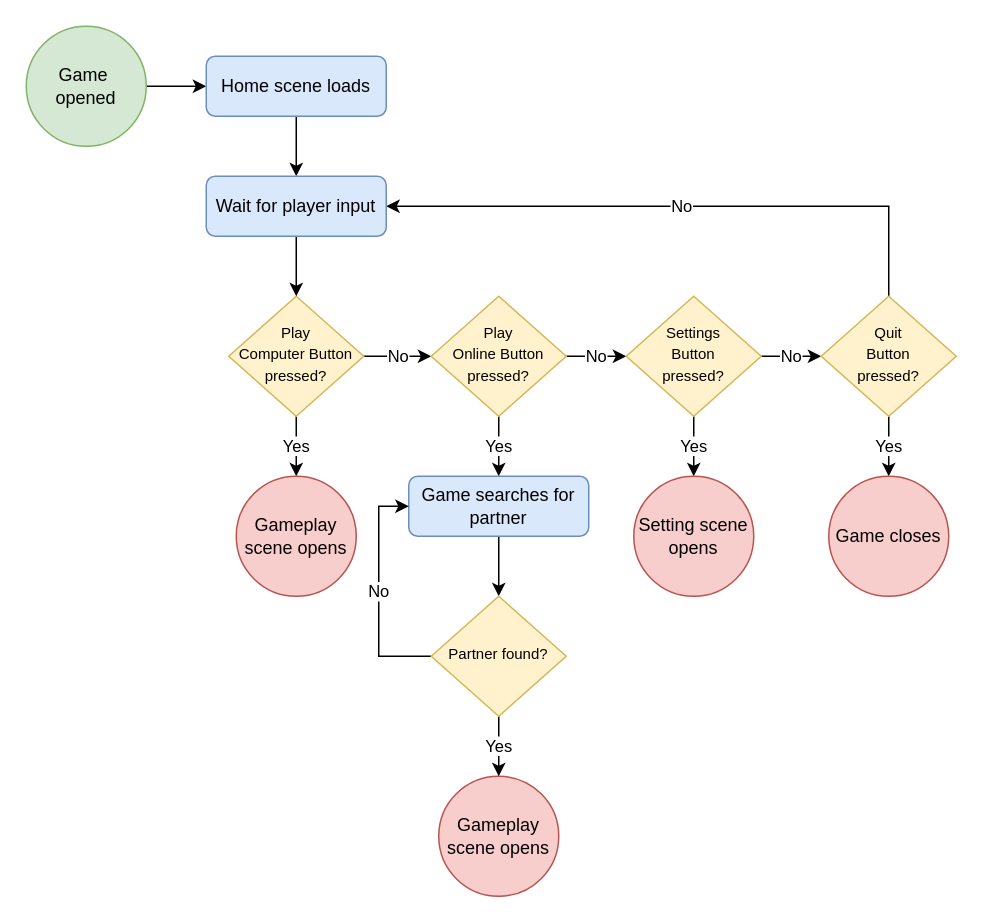
Before: Design/HomeFlow.drawio in zkturman/TiltaPong, a draw.io diagram. Source tidied: cells renumbered, new cells numbered last; positions are measured from the earlier drawing's top-left corner, leaving out a move shared by most shapes. Both pictures are drawn from the tidied source at 150%, with x=0, y=0 at pixel (26, 26).
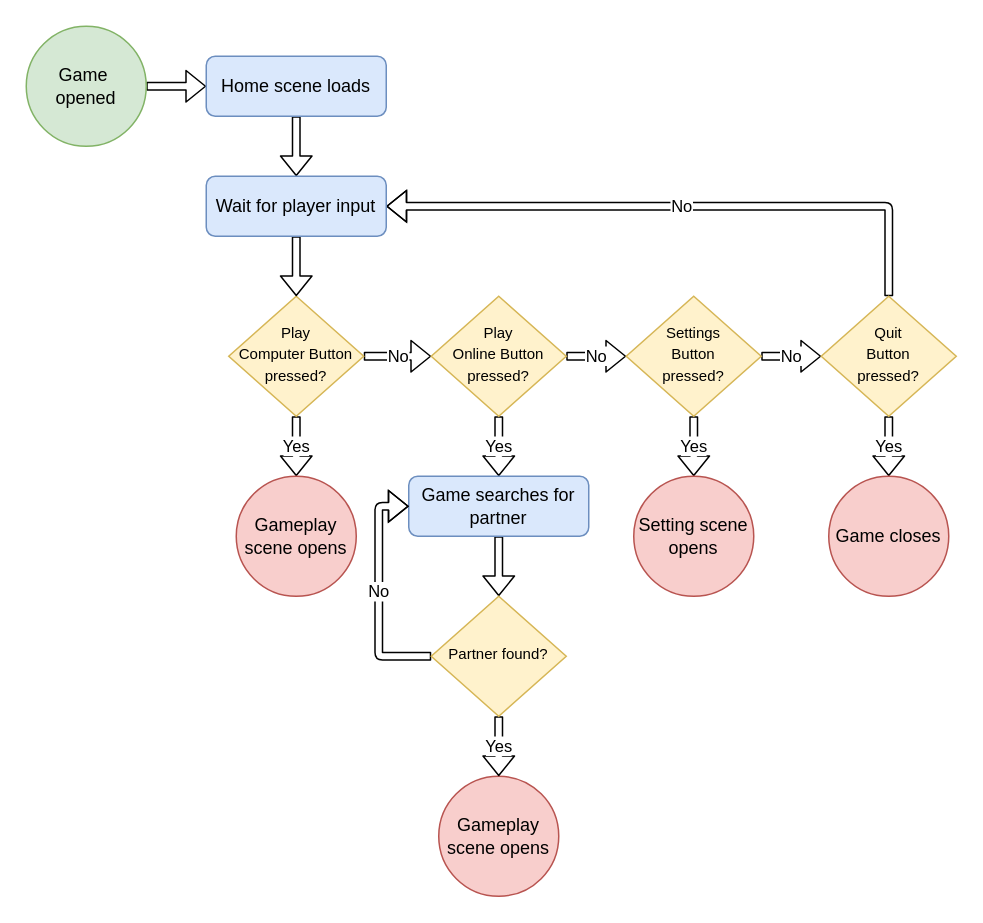
After the change.

The change refers to these unchanged cells:
```xml
<mxCell id="4" value="&lt;font style=&quot;font-size: 10px&quot;&gt;Play &lt;br&gt;Computer Button pressed?&lt;/font&gt;" style="rhombus;whiteSpace=wrap;html=1;shadow=0;fontFamily=Helvetica;fontSize=12;align=center;strokeWidth=1;spacing=6;spacingTop=-4;fillColor=#fff2cc;strokeColor=#d6b656;" parent="1" vertex="1">
  <mxGeometry x="135" y="180" width="90" height="80" as="geometry" />
</mxCell>
<mxCell id="6" value="Game&amp;nbsp;&lt;br&gt;opened" style="ellipse;whiteSpace=wrap;html=1;fillColor=#d5e8d4;strokeColor=#82b366;" parent="1" vertex="1">
  <mxGeometry width="80" height="80" as="geometry" />
</mxCell>
<mxCell id="9" value="&lt;font style=&quot;font-size: 10px&quot;&gt;Play &lt;br&gt;Online Button pressed?&lt;/font&gt;" style="rhombus;whiteSpace=wrap;html=1;shadow=0;fontFamily=Helvetica;fontSize=12;align=center;strokeWidth=1;spacing=6;spacingTop=-4;fillColor=#fff2cc;strokeColor=#d6b656;" parent="1" vertex="1">
  <mxGeometry x="270" y="180" width="90" height="80" as="geometry" />
</mxCell>
<mxCell id="12" value="&lt;font style=&quot;font-size: 10px&quot;&gt;Settings &lt;br&gt;Button &lt;br&gt;pressed?&lt;/font&gt;" style="rhombus;whiteSpace=wrap;html=1;shadow=0;fontFamily=Helvetica;fontSize=12;align=center;strokeWidth=1;spacing=6;spacingTop=-4;fillColor=#fff2cc;strokeColor=#d6b656;" parent="1" vertex="1">
  <mxGeometry x="400" y="180" width="90" height="80" as="geometry" />
</mxCell>
<mxCell id="15" value="&lt;font style=&quot;font-size: 10px&quot;&gt;Quit&lt;br&gt;Button &lt;br&gt;pressed?&lt;/font&gt;" style="rhombus;whiteSpace=wrap;html=1;shadow=0;fontFamily=Helvetica;fontSize=12;align=center;strokeWidth=1;spacing=6;spacingTop=-4;fillColor=#fff2cc;strokeColor=#d6b656;" parent="1" vertex="1">
  <mxGeometry x="530" y="180" width="90" height="80" as="geometry" />
</mxCell>
<mxCell id="17" value="Home scene loads" style="rounded=1;whiteSpace=wrap;html=1;fillColor=#dae8fc;strokeColor=#6c8ebf;" parent="1" vertex="1">
  <mxGeometry x="120" y="20" width="120" height="40" as="geometry" />
</mxCell>
<mxCell id="18" value="Game closes" style="ellipse;whiteSpace=wrap;html=1;fillColor=#f8cecc;strokeColor=#b85450;" parent="1" vertex="1">
  <mxGeometry x="535" y="300" width="80" height="80" as="geometry" />
</mxCell>
<mxCell id="19" value="Setting scene opens" style="ellipse;whiteSpace=wrap;html=1;fillColor=#f8cecc;strokeColor=#b85450;" parent="1" vertex="1">
  <mxGeometry x="405" y="300" width="80" height="80" as="geometry" />
</mxCell>
<mxCell id="20" value="Gameplay scene opens" style="ellipse;whiteSpace=wrap;html=1;fillColor=#f8cecc;strokeColor=#b85450;" parent="1" vertex="1">
  <mxGeometry x="275" y="500" width="80" height="80" as="geometry" />
</mxCell>
<mxCell id="22" value="Game searches for partner" style="rounded=1;whiteSpace=wrap;html=1;fillColor=#dae8fc;strokeColor=#6c8ebf;" parent="1" vertex="1">
  <mxGeometry x="255" y="300" width="120" height="40" as="geometry" />
</mxCell>
<mxCell id="25" value="&lt;span style=&quot;font-size: 10px&quot;&gt;Partner found?&lt;/span&gt;" style="rhombus;whiteSpace=wrap;html=1;shadow=0;fontFamily=Helvetica;fontSize=12;align=center;strokeWidth=1;spacing=6;spacingTop=-4;fillColor=#fff2cc;strokeColor=#d6b656;" parent="1" vertex="1">
  <mxGeometry x="270" y="380" width="90" height="80" as="geometry" />
</mxCell>
<mxCell id="26" value="Gameplay scene opens" style="ellipse;whiteSpace=wrap;html=1;fillColor=#f8cecc;strokeColor=#b85450;" parent="1" vertex="1">
  <mxGeometry x="140" y="300" width="80" height="80" as="geometry" />
</mxCell>
<mxCell id="28" value="Wait for player input" style="rounded=1;whiteSpace=wrap;html=1;fillColor=#dae8fc;strokeColor=#6c8ebf;" parent="1" vertex="1">
  <mxGeometry x="120" y="100" width="120" height="40" as="geometry" />
</mxCell>
```

The edit, as a diff of the source:
```diff
@@
-    <mxCell id="2" value="No" style="edgeStyle=orthogonalEdgeStyle;rounded=0;jettySize=auto;html=1;exitX=1;exitY=0.5;exitDx=0;exitDy=0;entryX=0;entryY=0.5;entryDx=0;entryDy=0;" parent="1" edge="1" source="4" target="9">
+    <mxCell id="2" value="No" style="edgeStyle=orthogonalEdgeStyle;rounded=1;jettySize=auto;html=1;exitX=1;exitY=0.5;exitDx=0;exitDy=0;entryX=0;entryY=0.5;entryDx=0;entryDy=0;shape=flexArrow;fillColor=default;endSize=4;width=5;endWidth=15;" parent="1" edge="1" source="4" target="9">
       <mxGeometry relative="1" as="geometry" />
     </mxCell>
-    <mxCell id="3" value="Yes" style="edgeStyle=orthogonalEdgeStyle;rounded=0;jettySize=auto;html=1;exitX=0.5;exitY=1;exitDx=0;exitDy=0;entryX=0.5;entryY=0;entryDx=0;entryDy=0;" parent="1" edge="1" source="4" target="26">
+    <mxCell id="3" value="Yes" style="edgeStyle=orthogonalEdgeStyle;rounded=1;jettySize=auto;html=1;exitX=0.5;exitY=1;exitDx=0;exitDy=0;entryX=0.5;entryY=0;entryDx=0;entryDy=0;shape=flexArrow;fillColor=default;endSize=4;width=5;endWidth=15;" parent="1" edge="1" source="4" target="26">
       <mxGeometry relative="1" as="geometry" />
     </mxCell>
@@
-    <mxCell id="5" style="edgeStyle=orthogonalEdgeStyle;rounded=0;jettySize=auto;html=1;exitX=1;exitY=0.5;exitDx=0;exitDy=0;" parent="1" edge="1" source="6" target="17">
+    <mxCell id="5" style="edgeStyle=orthogonalEdgeStyle;rounded=1;jettySize=auto;html=1;exitX=1;exitY=0.5;exitDx=0;exitDy=0;shape=flexArrow;fillColor=default;endSize=4;width=5;endWidth=15;" parent="1" edge="1" source="6" target="17">
       <mxGeometry relative="1" as="geometry" />
     </mxCell>
@@
-    <mxCell id="7" value="No" style="edgeStyle=orthogonalEdgeStyle;rounded=0;jettySize=auto;html=1;exitX=1;exitY=0.5;exitDx=0;exitDy=0;entryX=0;entryY=0.5;entryDx=0;entryDy=0;" parent="1" edge="1" source="9" target="12">
+    <mxCell id="7" value="No" style="edgeStyle=orthogonalEdgeStyle;rounded=1;jettySize=auto;html=1;exitX=1;exitY=0.5;exitDx=0;exitDy=0;entryX=0;entryY=0.5;entryDx=0;entryDy=0;shape=flexArrow;fillColor=default;endSize=4;width=5;endWidth=15;" parent="1" edge="1" source="9" target="12">
       <mxGeometry relative="1" as="geometry" />
     </mxCell>
-    <mxCell id="8" value="Yes" style="edgeStyle=orthogonalEdgeStyle;rounded=0;jettySize=auto;html=1;exitX=0.5;exitY=1;exitDx=0;exitDy=0;" parent="1" edge="1" source="9" target="22">
+    <mxCell id="8" value="Yes" style="edgeStyle=orthogonalEdgeStyle;rounded=1;jettySize=auto;html=1;exitX=0.5;exitY=1;exitDx=0;exitDy=0;shape=flexArrow;fillColor=default;endSize=4;width=5;endWidth=15;" parent="1" edge="1" source="9" target="22">
       <mxGeometry relative="1" as="geometry" />
     </mxCell>
@@
-    <mxCell id="10" value="No" style="edgeStyle=orthogonalEdgeStyle;rounded=0;jettySize=auto;html=1;exitX=1;exitY=0.5;exitDx=0;exitDy=0;entryX=0;entryY=0.5;entryDx=0;entryDy=0;" parent="1" edge="1" source="12" target="15">
+    <mxCell id="10" value="No" style="edgeStyle=orthogonalEdgeStyle;rounded=1;jettySize=auto;html=1;exitX=1;exitY=0.5;exitDx=0;exitDy=0;entryX=0;entryY=0.5;entryDx=0;entryDy=0;shape=flexArrow;fillColor=default;endSize=4;width=5;endWidth=15;" parent="1" edge="1" source="12" target="15">
       <mxGeometry relative="1" as="geometry" />
     </mxCell>
-    <mxCell id="11" value="Yes" style="edgeStyle=orthogonalEdgeStyle;rounded=0;jettySize=auto;html=1;exitX=0.5;exitY=1;exitDx=0;exitDy=0;" parent="1" edge="1" source="12" target="19">
+    <mxCell id="11" value="Yes" style="edgeStyle=orthogonalEdgeStyle;rounded=1;jettySize=auto;html=1;exitX=0.5;exitY=1;exitDx=0;exitDy=0;shape=flexArrow;fillColor=default;endSize=4;width=5;endWidth=15;" parent="1" edge="1" source="12" target="19">
       <mxGeometry relative="1" as="geometry" />
     </mxCell>
@@
-    <mxCell id="13" value="No" style="edgeStyle=orthogonalEdgeStyle;rounded=0;jettySize=auto;html=1;exitX=0.5;exitY=0;exitDx=0;exitDy=0;entryX=1;entryY=0.5;entryDx=0;entryDy=0;" parent="1" edge="1" source="15" target="28">
+    <mxCell id="13" value="No" style="edgeStyle=orthogonalEdgeStyle;rounded=1;jettySize=auto;html=1;exitX=0.5;exitY=0;exitDx=0;exitDy=0;entryX=1;entryY=0.5;entryDx=0;entryDy=0;shape=flexArrow;fillColor=default;endSize=4;width=5;endWidth=15;" parent="1" edge="1" source="15" target="28">
       <mxGeometry relative="1" as="geometry" />
     </mxCell>
-    <mxCell id="14" value="Yes" style="edgeStyle=orthogonalEdgeStyle;rounded=0;jettySize=auto;html=1;exitX=0.5;exitY=1;exitDx=0;exitDy=0;" parent="1" edge="1" source="15" target="18">
+    <mxCell id="14" value="Yes" style="edgeStyle=orthogonalEdgeStyle;rounded=1;jettySize=auto;html=1;exitX=0.5;exitY=1;exitDx=0;exitDy=0;shape=flexArrow;fillColor=default;endSize=4;width=5;endWidth=15;" parent="1" edge="1" source="15" target="18">
       <mxGeometry relative="1" as="geometry" />
     </mxCell>
@@
-    <mxCell id="16" style="edgeStyle=orthogonalEdgeStyle;rounded=0;jettySize=auto;html=1;exitX=0.5;exitY=1;exitDx=0;exitDy=0;" parent="1" edge="1" source="17" target="28">
+    <mxCell id="16" style="edgeStyle=orthogonalEdgeStyle;rounded=1;jettySize=auto;html=1;exitX=0.5;exitY=1;exitDx=0;exitDy=0;shape=flexArrow;fillColor=default;endSize=4;width=5;endWidth=15;" parent="1" edge="1" source="17" target="28">
       <mxGeometry relative="1" as="geometry" />
     </mxCell>
@@
-    <mxCell id="21" style="edgeStyle=orthogonalEdgeStyle;rounded=0;jettySize=auto;html=1;exitX=0.5;exitY=1;exitDx=0;exitDy=0;entryX=0.5;entryY=0;entryDx=0;entryDy=0;" parent="1" edge="1" source="22" target="25">
+    <mxCell id="21" style="edgeStyle=orthogonalEdgeStyle;rounded=1;jettySize=auto;html=1;exitX=0.5;exitY=1;exitDx=0;exitDy=0;entryX=0.5;entryY=0;entryDx=0;entryDy=0;shape=flexArrow;fillColor=default;endSize=4;width=5;endWidth=15;" parent="1" edge="1" source="22" target="25">
       <mxGeometry relative="1" as="geometry" />
     </mxCell>
@@
-    <mxCell id="23" value="No" style="edgeStyle=orthogonalEdgeStyle;rounded=0;jettySize=auto;html=1;exitX=0;exitY=0.5;exitDx=0;exitDy=0;entryX=0;entryY=0.5;entryDx=0;entryDy=0;" parent="1" edge="1" source="25" target="22">
+    <mxCell id="23" value="No" style="edgeStyle=orthogonalEdgeStyle;rounded=1;jettySize=auto;html=1;exitX=0;exitY=0.5;exitDx=0;exitDy=0;entryX=0;entryY=0.5;entryDx=0;entryDy=0;shape=flexArrow;fillColor=default;endSize=4;width=5;endWidth=15;" parent="1" edge="1" source="25" target="22">
       <mxGeometry relative="1" as="geometry" />
     </mxCell>
-    <mxCell id="24" value="Yes" style="edgeStyle=orthogonalEdgeStyle;rounded=0;jettySize=auto;html=1;exitX=0.5;exitY=1;exitDx=0;exitDy=0;" parent="1" edge="1" source="25" target="20">
+    <mxCell id="24" value="Yes" style="edgeStyle=orthogonalEdgeStyle;rounded=1;jettySize=auto;html=1;exitX=0.5;exitY=1;exitDx=0;exitDy=0;shape=flexArrow;fillColor=default;endSize=4;width=5;endWidth=15;" parent="1" edge="1" source="25" target="20">
       <mxGeometry relative="1" as="geometry" />
     </mxCell>
@@
-    <mxCell id="27" style="edgeStyle=orthogonalEdgeStyle;rounded=0;jettySize=auto;html=1;exitX=0.5;exitY=1;exitDx=0;exitDy=0;entryX=0.5;entryY=0;entryDx=0;entryDy=0;" parent="1" edge="1" source="28" target="4">
+    <mxCell id="27" style="edgeStyle=orthogonalEdgeStyle;rounded=1;jettySize=auto;html=1;exitX=0.5;exitY=1;exitDx=0;exitDy=0;entryX=0.5;entryY=0;entryDx=0;entryDy=0;shape=flexArrow;fillColor=default;endSize=4;width=5;endWidth=15;" parent="1" edge="1" source="28" target="4">
       <mxGeometry relative="1" as="geometry" />
     </mxCell>
```
